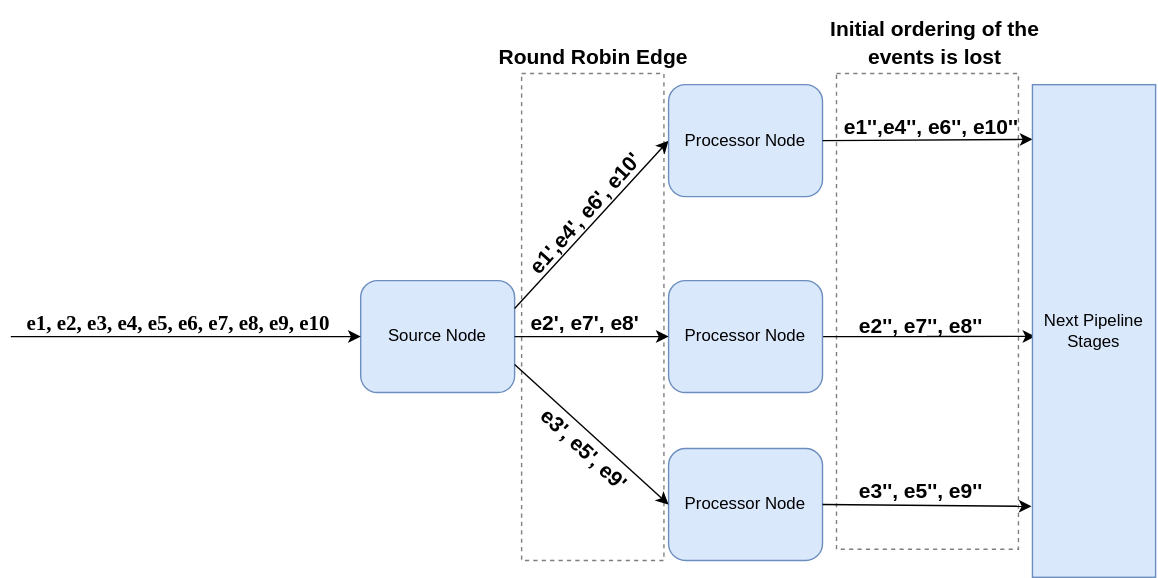
The draw.io diagram site/docs/assets/events_getting_reordered.svg in hazelcast/hazelcast-jet, before a commit. Source tidied: cells renumbered, new cells last; positions are measured from the earlier drawing's top-left corner, leaving out a move shared by most shapes.
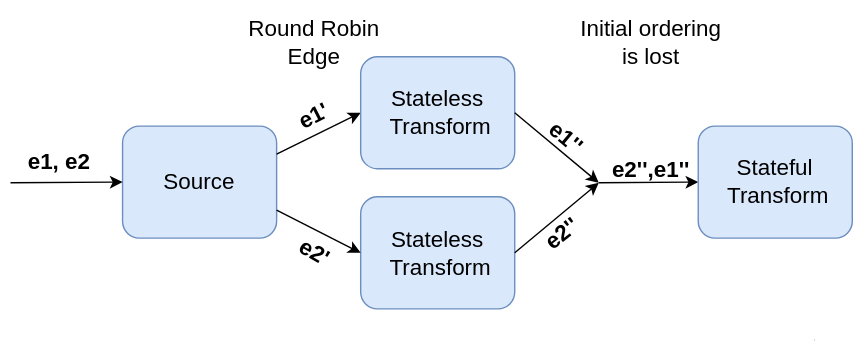
Above is the later version.

What changed in the source:
```diff
@@ -2,74 +2,71 @@
   <root>
     <mxCell id="0" />
     <mxCell id="1" parent="0" />
-    <mxCell id="2" value="Source Node" style="rounded=1;whiteSpace=wrap;html=1;fillColor=#dae8fc;strokeColor=#6c8ebf;" parent="1" vertex="1">
-      <mxGeometry x="250" y="200" width="110" height="80" as="geometry" />
+    <mxCell id="2" value="&lt;font style=&quot;font-size: 16px;&quot;&gt;Source&lt;/font&gt;" style="rounded=1;whiteSpace=wrap;html=1;fillColor=#dae8fc;strokeColor=#6c8ebf;fontSize=16;fontFamily=Helvetica;" parent="1" vertex="1">
+      <mxGeometry x="250" y="199.5" width="110" height="80" as="geometry" />
     </mxCell>
-    <mxCell id="3" style="endArrow=classic;html=1;entryX=0;entryY=0.5;entryDx=0;entryDy=0;exitX=0;exitY=1;exitDx=0;exitDy=0;" parent="1" edge="1" source="11" target="2">
+    <mxCell id="3" style="endArrow=classic;html=1;entryX=0;entryY=0.5;entryDx=0;entryDy=0;exitX=0;exitY=1;exitDx=0;exitDy=0;fontSize=16;fontFamily=Helvetica;" parent="1" edge="1" source="11" target="2">
       <mxGeometry relative="1" as="geometry" />
     </mxCell>
-    <mxCell id="4" style="endArrow=classic;html=1;exitX=1;exitY=0.25;exitDx=0;exitDy=0;entryX=0;entryY=0.5;entryDx=0;entryDy=0;" parent="1" edge="1" source="2" target="5">
+    <mxCell id="4" style="endArrow=classic;html=1;exitX=1;exitY=0.25;exitDx=0;exitDy=0;entryX=0;entryY=0.5;entryDx=0;entryDy=0;fontSize=16;fontFamily=Helvetica;" parent="1" edge="1" source="2" target="5">
       <mxGeometry x="0.12" y="-25" relative="1" as="geometry" />
     </mxCell>
-    <mxCell id="5" value="Processor Node" style="rounded=1;whiteSpace=wrap;html=1;fillColor=#dae8fc;strokeColor=#6c8ebf;" parent="1" vertex="1">
-      <mxGeometry x="470" y="60" width="110" height="80" as="geometry" />
+    <mxCell id="5" value="&lt;span style=&quot;font-size: 16px;&quot;&gt;Stateless&lt;br style=&quot;font-size: 16px;&quot;&gt;&amp;nbsp;Transform&lt;/span&gt;" style="rounded=1;whiteSpace=wrap;html=1;fillColor=#dae8fc;strokeColor=#6c8ebf;fontSize=16;fontFamily=Helvetica;" parent="1" vertex="1">
+      <mxGeometry x="420" y="150" width="110" height="80" as="geometry" />
     </mxCell>
-    <mxCell id="6" style="edgeStyle=orthogonalEdgeStyle;rounded=0;jettySize=auto;html=1;entryX=0.023;entryY=0.511;entryDx=0;entryDy=0;entryPerimeter=0;fontSize=16;" parent="1" edge="1" source="7" target="21">
-      <mxGeometry relative="1" as="geometry" />
-    </mxCell>
-    <mxCell id="7" value="Processor Node" style="rounded=1;whiteSpace=wrap;html=1;fillColor=#dae8fc;strokeColor=#6c8ebf;" parent="1" vertex="1">
-      <mxGeometry x="470" y="200" width="110" height="80" as="geometry" />
+    <mxCell id="7" value="&lt;span style=&quot;font-size: 16px;&quot;&gt;Stateless&lt;br style=&quot;font-size: 16px;&quot;&gt;&amp;nbsp;Transform&lt;/span&gt;" style="rounded=1;whiteSpace=wrap;html=1;fillColor=#dae8fc;strokeColor=#6c8ebf;fontSize=16;fontFamily=Helvetica;" parent="1" vertex="1">
+      <mxGeometry x="420" y="250" width="110" height="80" as="geometry" />
     </mxCell>
-    <mxCell id="8" value="Processor Node" style="rounded=1;whiteSpace=wrap;html=1;fillColor=#dae8fc;strokeColor=#6c8ebf;" parent="1" vertex="1">
-      <mxGeometry x="470" y="320" width="110" height="80" as="geometry" />
-    </mxCell>
-    <mxCell id="9" style="endArrow=classic;html=1;exitX=1;exitY=0.5;exitDx=0;exitDy=0;entryX=0;entryY=0.5;entryDx=0;entryDy=0;" parent="1" edge="1" source="2" target="7">
+    <mxCell id="9" style="endArrow=classic;html=1;exitX=1;exitY=0.75;exitDx=0;exitDy=0;entryX=0;entryY=0.5;entryDx=0;entryDy=0;fontSize=16;fontFamily=Helvetica;" parent="1" edge="1" source="2" target="7">
       <mxGeometry relative="1" as="geometry" />
     </mxCell>
-    <mxCell id="10" style="endArrow=classic;html=1;exitX=1;exitY=0.75;exitDx=0;exitDy=0;entryX=0;entryY=0.5;entryDx=0;entryDy=0;" parent="1" edge="1" source="2" target="8">
-      <mxGeometry relative="1" as="geometry" />
-    </mxCell>
-    <mxCell id="11" value="&lt;p style=&quot;font-size: 15px;&quot;&gt;&lt;font style=&quot;font-size: 15px;&quot; face=&quot;Times New Roman&quot;&gt;e1, e2, e3, e4, e5, e6, e7, e8, e9, e10&lt;br style=&quot;font-size: 15px;&quot;&gt;&lt;/font&gt;&lt;/p&gt;" style="text;html=1;strokeColor=none;fillColor=none;align=center;verticalAlign=middle;whiteSpace=wrap;rounded=0;fontStyle=1;fontSize=15;" parent="1" vertex="1">
-      <mxGeometry y="220" width="240" height="20" as="geometry" />
+    <mxCell id="11" value="&lt;p style=&quot;font-size: 16px;&quot;&gt;&lt;font style=&quot;font-size: 16px;&quot;&gt;e1, e2&lt;br style=&quot;font-size: 16px;&quot;&gt;&lt;/font&gt;&lt;/p&gt;" style="text;html=1;strokeColor=none;fillColor=none;align=center;verticalAlign=middle;whiteSpace=wrap;rounded=0;fontStyle=1;fontSize=16;fontFamily=Helvetica;" parent="1" vertex="1">
+      <mxGeometry x="170" y="210" width="70" height="30" as="geometry" />
     </mxCell>
-    <mxCell id="12" value="&lt;font style=&quot;font-size: 15px;&quot;&gt;e1',e4'&lt;/font&gt;&lt;font style=&quot;font-size: 15px;&quot;&gt;, e6', e10'&amp;nbsp; &lt;br style=&quot;font-size: 15px;&quot;&gt;&lt;/font&gt;" style="text;html=1;strokeColor=none;fillColor=none;align=center;verticalAlign=middle;whiteSpace=wrap;rounded=0;rotation=312;fontSize=15;fontStyle=1;" parent="1" vertex="1">
-      <mxGeometry x="350" y="140" width="123.4" height="20" as="geometry" />
+    <mxCell id="12" value="&lt;font style=&quot;font-size: 16px;&quot;&gt;e1'&lt;/font&gt;&lt;font style=&quot;font-size: 16px;&quot;&gt;&lt;br style=&quot;font-size: 16px;&quot;&gt;&lt;/font&gt;" style="text;html=1;strokeColor=none;fillColor=none;align=center;verticalAlign=middle;whiteSpace=wrap;rounded=0;rotation=333;fontSize=16;fontStyle=1;fontFamily=Helvetica;" parent="1" vertex="1">
+      <mxGeometry x="340" y="181" width="93.4" height="22" as="geometry" />
     </mxCell>
-    <mxCell id="13" value="&lt;font style=&quot;font-size: 15px;&quot;&gt;e2', e7', e8'&lt;br style=&quot;font-size: 15px;&quot;&gt;&lt;/font&gt;" style="text;html=1;align=center;verticalAlign=middle;fontStyle=1;fontSize=15;" parent="1" vertex="1">
-      <mxGeometry x="365" y="220" width="90" height="20" as="geometry" />
+    <mxCell id="13" value="&lt;font style=&quot;font-size: 16px;&quot;&gt;e2'&lt;br style=&quot;font-size: 16px;&quot;&gt;&lt;/font&gt;" style="text;html=1;align=center;verticalAlign=middle;fontStyle=1;fontSize=16;rotation=30;fontFamily=Helvetica;" parent="1" vertex="1">
+      <mxGeometry x="366.7" y="279.5" width="40" height="20" as="geometry" />
     </mxCell>
-    <mxCell id="14" value="&lt;font style=&quot;font-size: 15px;&quot;&gt;e3', e5', e9'&lt;br style=&quot;font-size: 15px;&quot;&gt;&lt;/font&gt;" style="text;html=1;align=center;verticalAlign=middle;rotation=43;fontStyle=1;fontSize=15;" parent="1" vertex="1">
-      <mxGeometry x="365" y="310" width="90" height="20" as="geometry" />
-    </mxCell>
-    <mxCell id="15" style="endArrow=classic;html=1;exitX=1;exitY=0.5;exitDx=0;exitDy=0;entryX=-0.008;entryY=0.856;entryDx=0;entryDy=0;entryPerimeter=0;" parent="1" edge="1" source="8" target="21">
-      <mxGeometry relative="1" as="geometry" />
-    </mxCell>
-    <mxCell id="16" style="endArrow=classic;html=1;exitX=1;exitY=0.5;exitDx=0;exitDy=0;entryX=0;entryY=0.111;entryDx=0;entryDy=0;entryPerimeter=0;" parent="1" edge="1" source="5" target="21">
-      <mxGeometry relative="1" as="geometry" />
+    <mxCell id="16" style="endArrow=classic;html=1;exitX=1;exitY=0.5;exitDx=0;exitDy=0;fontSize=16;fontFamily=Helvetica;" parent="1" edge="1" source="5">
+      <mxGeometry relative="1" as="geometry">
+        <mxPoint x="590" y="240" as="targetPoint" />
+      </mxGeometry>
     </mxCell>
-    <mxCell id="17" value="&lt;font style=&quot;font-size: 15px;&quot;&gt;e1'',e4''&lt;/font&gt;&lt;font style=&quot;font-size: 15px;&quot;&gt;, e6'', e10''&amp;nbsp; &lt;br style=&quot;font-size: 15px;&quot;&gt;&lt;/font&gt;" style="text;html=1;strokeColor=none;fillColor=none;align=center;verticalAlign=middle;whiteSpace=wrap;rounded=0;rotation=0;fontStyle=1;fontSize=15;" parent="1" vertex="1">
-      <mxGeometry x="590" y="80" width="140" height="19" as="geometry" />
+    <mxCell id="17" value="&lt;font style=&quot;font-size: 16px;&quot;&gt;&amp;nbsp;e2'',e1''&lt;/font&gt;&lt;font style=&quot;font-size: 16px;&quot;&gt;&amp;nbsp;&lt;br style=&quot;font-size: 16px;&quot;&gt;&lt;/font&gt;" style="text;html=1;strokeColor=none;fillColor=none;align=center;verticalAlign=middle;whiteSpace=wrap;rounded=0;rotation=0;fontStyle=1;fontSize=16;labelBorderColor=none;fontFamily=Helvetica;" parent="1" vertex="1">
+      <mxGeometry x="597" y="220" width="60.5" height="19" as="geometry" />
     </mxCell>
-    <mxCell id="18" value="&lt;font style=&quot;font-size: 15px;&quot;&gt;e2'', e7'', e8''&lt;br style=&quot;font-size: 15px;&quot;&gt;&lt;/font&gt;" style="text;html=1;align=center;verticalAlign=middle;fontStyle=1;fontSize=15;" parent="1" vertex="1">
-      <mxGeometry x="600" y="222" width="100" height="20" as="geometry" />
-    </mxCell>
-    <mxCell id="19" value="&lt;div style=&quot;font-size: 15px;&quot;&gt;&lt;font style=&quot;font-size: 15px;&quot;&gt;e3'', e5'', e9''&lt;/font&gt;&lt;/div&gt;" style="text;html=1;align=center;verticalAlign=middle;rotation=0;fontStyle=1;fontSize=15;" parent="1" vertex="1">
-      <mxGeometry x="600" y="340" width="100" height="20" as="geometry" />
-    </mxCell>
-    <mxCell id="20" style="rounded=0;whiteSpace=wrap;html=1;fillColor=none;dashed=1;perimeterSpacing=0;opacity=50;" parent="1" vertex="1">
-      <mxGeometry x="590" y="52" width="130" height="340" as="geometry" />
-    </mxCell>
-    <mxCell id="21" value="Next Pipeline Stages" style="rounded=0;whiteSpace=wrap;html=1;fillColor=#dae8fc;strokeColor=#6c8ebf;" parent="1" vertex="1">
-      <mxGeometry x="730" y="60" width="88" height="352" as="geometry" />
-    </mxCell>
-    <mxCell id="22" value="&lt;font style=&quot;font-size: 15px&quot;&gt;Initial ordering of the events is lost&lt;br style=&quot;font-size: 16px&quot;&gt;&lt;/font&gt;" style="text;html=1;strokeColor=none;fillColor=none;align=center;verticalAlign=middle;whiteSpace=wrap;rounded=0;dashed=1;opacity=50;fontStyle=1;fontSize=16;" parent="1" vertex="1">
-      <mxGeometry x="580.5" width="159" height="60" as="geometry" />
+    <mxCell id="22" value="&lt;font style=&quot;font-size: 16px;&quot;&gt;Initial ordering is lost&lt;br style=&quot;font-size: 16px;&quot;&gt;&lt;/font&gt;" style="text;html=1;strokeColor=none;fillColor=none;align=center;verticalAlign=middle;whiteSpace=wrap;rounded=0;dashed=1;opacity=50;fontStyle=0;fontSize=16;fontFamily=Helvetica;" parent="1" vertex="1">
+      <mxGeometry x="572.8" y="110" width="108.9" height="60" as="geometry" />
     </mxCell>
-    <mxCell id="23" value="&lt;font style=&quot;font-size: 15px&quot;&gt;Round Robin Edge&lt;br style=&quot;font-size: 16px&quot;&gt;&lt;/font&gt;" style="text;html=1;strokeColor=none;fillColor=none;align=center;verticalAlign=middle;whiteSpace=wrap;rounded=0;dashed=1;opacity=50;fontStyle=1;fontSize=16;" parent="1" vertex="1">
-      <mxGeometry x="337.2" y="10" width="159" height="60" as="geometry" />
+    <mxCell id="23" value="&lt;font style=&quot;font-size: 16px;&quot;&gt;Round Robin Edge&lt;br style=&quot;font-size: 16px;&quot;&gt;&lt;/font&gt;" style="text;html=1;strokeColor=none;fillColor=none;align=center;verticalAlign=middle;whiteSpace=wrap;rounded=0;dashed=1;opacity=50;fontStyle=0;fontSize=16;fontFamily=Helvetica;" parent="1" vertex="1">
+      <mxGeometry x="323.6" y="110" width="126.2" height="60" as="geometry" />
     </mxCell>
-    <mxCell id="24" style="rounded=0;whiteSpace=wrap;html=1;fillColor=none;dashed=1;perimeterSpacing=0;opacity=50;" parent="1" vertex="1">
-      <mxGeometry x="365" y="52" width="101.7" height="348" as="geometry" />
-    </mxCell>
+    <mxCell id="25" style="endArrow=classic;html=1;exitX=1;exitY=0.5;exitDx=0;exitDy=0;fontSize=16;fontFamily=Helvetica;" parent="1" edge="1" source="7">
+      <mxGeometry relative="1" as="geometry">
+        <mxPoint x="590" y="240" as="targetPoint" />
+      </mxGeometry>
+    </mxCell>
+    <mxCell id="26" style="endArrow=classic;html=1;entryX=0;entryY=0.5;entryDx=0;entryDy=0;fontSize=16;fontFamily=Helvetica;" parent="1" edge="1" target="30">
+      <mxGeometry relative="1" as="geometry">
+        <mxPoint x="590" y="240" as="sourcePoint" />
+      </mxGeometry>
+    </mxCell>
+    <mxCell id="27" value="&lt;font style=&quot;font-size: 16px;&quot;&gt;e2''&lt;/font&gt;&lt;font style=&quot;font-size: 16px;&quot;&gt;&lt;br style=&quot;font-size: 16px;&quot;&gt;&lt;/font&gt;" style="text;html=1;strokeColor=none;fillColor=none;align=center;verticalAlign=middle;whiteSpace=wrap;rounded=0;rotation=322;fontStyle=1;fontSize=16;fontFamily=Helvetica;" parent="1" vertex="1">
+      <mxGeometry x="528.9" y="266.9" width="70" height="19" as="geometry" />
+    </mxCell>
+    <mxCell id="28" value="&lt;font style=&quot;font-size: 16px;&quot;&gt;e1''&lt;/font&gt;&lt;font style=&quot;font-size: 16px;&quot;&gt;&amp;nbsp;&lt;br style=&quot;font-size: 16px;&quot;&gt;&lt;/font&gt;" style="text;html=1;strokeColor=none;fillColor=none;align=center;verticalAlign=middle;whiteSpace=wrap;rounded=0;rotation=40;fontStyle=1;fontSize=16;fontFamily=Helvetica;" parent="1" vertex="1">
+      <mxGeometry x="538.9" y="199.5" width="60" height="19" as="geometry" />
+    </mxCell>
+    <mxCell id="29" style="edgeStyle=orthogonalEdgeStyle;rounded=0;orthogonalLoop=1;jettySize=auto;html=1;exitX=0.5;exitY=1;exitDx=0;exitDy=0;dashed=1;fontSize=16;fontFamily=Helvetica;" parent="1" edge="1">
+      <mxGeometry relative="1" as="geometry">
+        <mxPoint x="744" y="352.2" as="sourcePoint" />
+        <mxPoint x="744" y="352.2" as="targetPoint" />
+      </mxGeometry>
+    </mxCell>
+    <mxCell id="30" value="&lt;span style=&quot;font-size: 16px;&quot;&gt;Stateful&lt;br style=&quot;font-size: 16px;&quot;&gt;&amp;nbsp;Transform&lt;/span&gt;" style="rounded=1;whiteSpace=wrap;html=1;fillColor=#dae8fc;strokeColor=#6c8ebf;fontSize=16;fontFamily=Helvetica;" parent="1" vertex="1">
+      <mxGeometry x="661" y="199.5" width="110" height="80" as="geometry" />
+    </mxCell>
   </root>
 </mxGraphModel>
```
